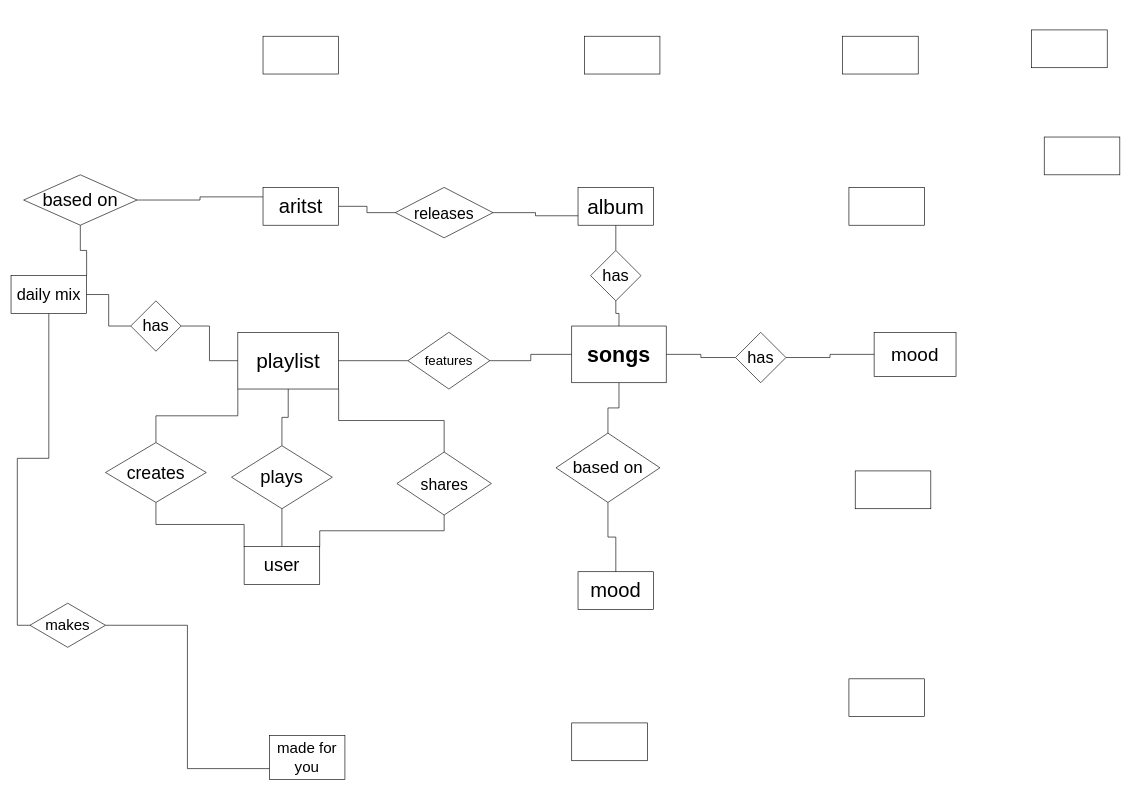
Above: er diagram.drawio in harshbajani/se (draw.io), before the change. Source tidied: cells renumbered, new cells numbered last; positions are measured from the earlier drawing's top-left corner, leaving out a move shared by most shapes. Both pictures are drawn from the tidied source at 63%, with x=0, y=0 at pixel (11, 30).
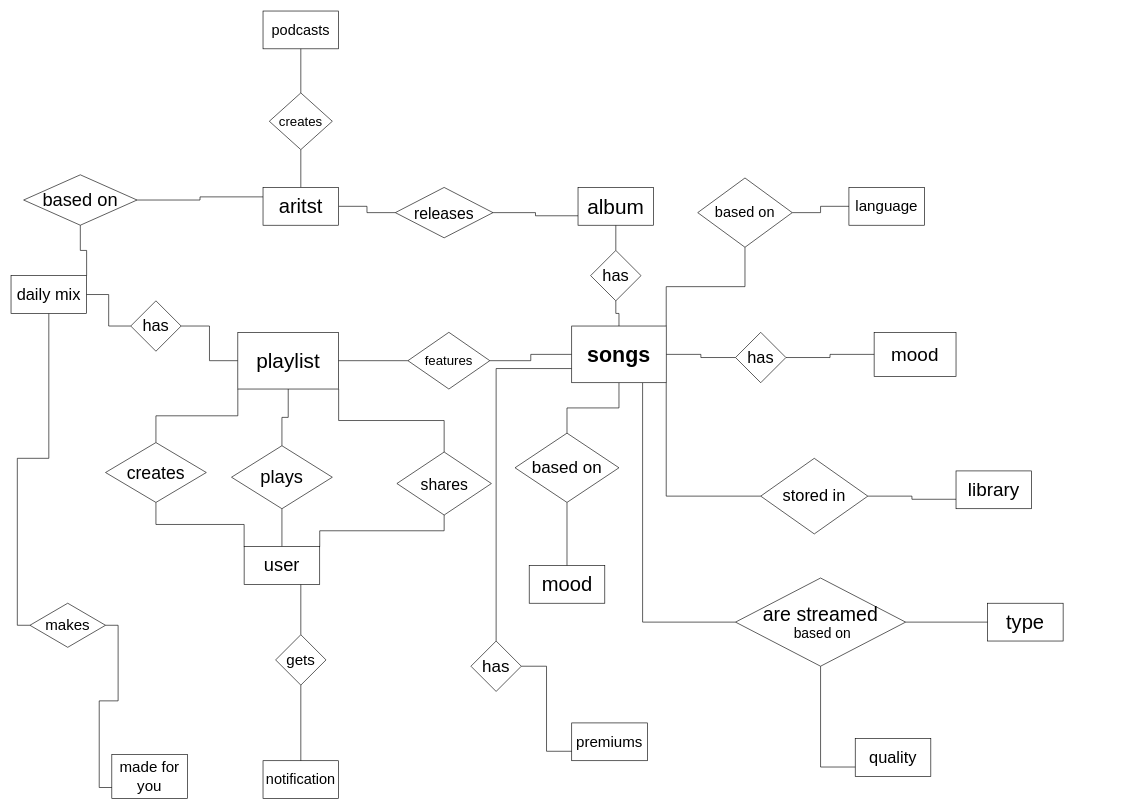
The same page after the edit.

Unchanged cells that the change refers to:
```xml
<mxCell id="11" value="&lt;font style=&quot;font-size: 29px&quot;&gt;user&lt;/font&gt;" style="rounded=0;whiteSpace=wrap;html=1;" parent="1" vertex="1">
  <mxGeometry x="370" y="820" width="120" height="60" as="geometry" />
</mxCell>
<mxCell id="20" value="&lt;b&gt;&lt;font style=&quot;font-size: 34px&quot;&gt;songs&lt;/font&gt;&lt;/b&gt;" style="rounded=0;whiteSpace=wrap;html=1;" parent="1" vertex="1">
  <mxGeometry x="890" y="470" width="150" height="90" as="geometry" />
</mxCell>
<mxCell id="27" value="&lt;font style=&quot;font-size: 32px&quot;&gt;aritst&lt;/font&gt;" style="rounded=0;whiteSpace=wrap;html=1;" parent="1" vertex="1">
  <mxGeometry x="400" y="250" width="120" height="60" as="geometry" />
</mxCell>
```

Diff of the diagram source:
```diff
@@
-    <mxCell id="2" style="rounded=0;whiteSpace=wrap;html=1;" parent="1" vertex="1">
-      <mxGeometry x="1620" width="120" height="60" as="geometry" />
-    </mxCell>
@@
+    <mxCell id="53" style="edgeStyle=orthogonalEdgeStyle;rounded=0;jettySize=auto;html=1;exitX=0.75;exitY=1;exitDx=0;exitDy=0;entryX=0.5;entryY=0;entryDx=0;entryDy=0;startArrow=none;startFill=0;endArrow=none;endFill=0;" parent="1" edge="1" source="11" target="69">
+      <mxGeometry relative="1" as="geometry" />
+    </mxCell>
@@
-    <mxCell id="12" style="rounded=0;whiteSpace=wrap;html=1;" parent="1" vertex="1">
-      <mxGeometry x="1330" y="1030" width="120" height="60" as="geometry" />
+    <mxCell id="12" value="&lt;font style=&quot;font-size: 26px&quot;&gt;quality&lt;/font&gt;" style="rounded=0;whiteSpace=wrap;html=1;" parent="1" vertex="1">
+      <mxGeometry x="1340" y="1125" width="120" height="60" as="geometry" />
     </mxCell>
-    <mxCell id="13" style="rounded=0;whiteSpace=wrap;html=1;" parent="1" vertex="1">
+    <mxCell id="13" value="&lt;font style=&quot;font-size: 24px&quot;&gt;premiums&lt;/font&gt;" style="rounded=0;whiteSpace=wrap;html=1;" parent="1" vertex="1">
       <mxGeometry x="890" y="1100" width="120" height="60" as="geometry" />
     </mxCell>
     <mxCell id="14" value="&lt;font style=&quot;font-size: 24px&quot;&gt;made for you&lt;br&gt;&lt;/font&gt;" style="rounded=0;whiteSpace=wrap;html=1;" parent="1" vertex="1">
-      <mxGeometry x="410" y="1120" width="120" height="70" as="geometry" />
+      <mxGeometry x="160" y="1150" width="120" height="70" as="geometry" />
     </mxCell>
-    <mxCell id="15" style="rounded=0;whiteSpace=wrap;html=1;" parent="1" vertex="1">
-      <mxGeometry x="1340" y="700" width="120" height="60" as="geometry" />
+    <mxCell id="15" value="&lt;font style=&quot;font-size: 30px&quot;&gt;library&lt;/font&gt;" style="rounded=0;whiteSpace=wrap;html=1;" parent="1" vertex="1">
+      <mxGeometry x="1500" y="700" width="120" height="60" as="geometry" />
     </mxCell>
     <mxCell id="16" value="&lt;font style=&quot;font-size: 32px&quot;&gt;mood&lt;/font&gt;" style="rounded=0;whiteSpace=wrap;html=1;" parent="1" vertex="1">
-      <mxGeometry x="900" y="860" width="120" height="60" as="geometry" />
+      <mxGeometry x="822.5" y="850" width="120" height="60" as="geometry" />
     </mxCell>
@@
+    <mxCell id="54" style="edgeStyle=orthogonalEdgeStyle;rounded=0;jettySize=auto;html=1;exitX=1;exitY=0;exitDx=0;exitDy=0;entryX=0.5;entryY=1;entryDx=0;entryDy=0;startArrow=none;startFill=0;endArrow=none;endFill=0;" parent="1" edge="1" source="20" target="60">
+      <mxGeometry relative="1" as="geometry" />
+    </mxCell>
+    <mxCell id="55" style="edgeStyle=orthogonalEdgeStyle;rounded=0;jettySize=auto;html=1;exitX=1;exitY=1;exitDx=0;exitDy=0;entryX=0;entryY=0.5;entryDx=0;entryDy=0;startArrow=none;startFill=0;endArrow=none;endFill=0;" parent="1" edge="1" source="20" target="62">
+      <mxGeometry relative="1" as="geometry" />
+    </mxCell>
+    <mxCell id="56" style="edgeStyle=orthogonalEdgeStyle;rounded=0;jettySize=auto;html=1;exitX=0;exitY=0.75;exitDx=0;exitDy=0;entryX=0.5;entryY=0;entryDx=0;entryDy=0;startArrow=none;startFill=0;endArrow=none;endFill=0;" parent="1" edge="1" source="20" target="64">
+      <mxGeometry relative="1" as="geometry" />
+    </mxCell>
+    <mxCell id="57" style="edgeStyle=orthogonalEdgeStyle;rounded=0;jettySize=auto;html=1;exitX=0.75;exitY=1;exitDx=0;exitDy=0;entryX=0;entryY=0.5;entryDx=0;entryDy=0;startArrow=none;startFill=0;endArrow=none;endFill=0;" parent="1" edge="1" source="20" target="67">
+      <mxGeometry relative="1" as="geometry" />
+    </mxCell>
@@
-    <mxCell id="24" style="rounded=0;whiteSpace=wrap;html=1;" parent="1" vertex="1">
+    <mxCell id="24" value="&lt;font style=&quot;font-size: 24px&quot;&gt;language&lt;/font&gt;" style="rounded=0;whiteSpace=wrap;html=1;" parent="1" vertex="1">
       <mxGeometry x="1330" y="250" width="120" height="60" as="geometry" />
     </mxCell>
-    <mxCell id="25" style="rounded=0;whiteSpace=wrap;html=1;" parent="1" vertex="1">
-      <mxGeometry x="1640" y="170" width="120" height="60" as="geometry" />
+    <mxCell id="25" value="&lt;font style=&quot;font-size: 23px&quot;&gt;notification&lt;/font&gt;" style="rounded=0;whiteSpace=wrap;html=1;" parent="1" vertex="1">
+      <mxGeometry x="400" y="1160" width="120" height="60" as="geometry" />
     </mxCell>
@@
+    <mxCell id="58" style="edgeStyle=orthogonalEdgeStyle;rounded=0;jettySize=auto;html=1;exitX=0.5;exitY=0;exitDx=0;exitDy=0;entryX=0.5;entryY=1;entryDx=0;entryDy=0;startArrow=none;startFill=0;endArrow=none;endFill=0;" parent="1" edge="1" source="27" target="71">
+      <mxGeometry relative="1" as="geometry" />
+    </mxCell>
@@
-    <mxCell id="28" style="rounded=0;whiteSpace=wrap;html=1;" parent="1" vertex="1">
-      <mxGeometry x="1320" y="10" width="120" height="60" as="geometry" />
+    <mxCell id="28" value="&lt;font style=&quot;font-size: 32px&quot;&gt;type&lt;/font&gt;" style="rounded=0;whiteSpace=wrap;html=1;" parent="1" vertex="1">
+      <mxGeometry x="1550" y="910" width="120" height="60" as="geometry" />
     </mxCell>
-    <mxCell id="29" style="rounded=0;whiteSpace=wrap;html=1;" parent="1" vertex="1">
-      <mxGeometry x="910" y="10" width="120" height="60" as="geometry" />
-    </mxCell>
-    <mxCell id="30" style="rounded=0;whiteSpace=wrap;html=1;" parent="1" vertex="1">
-      <mxGeometry x="400" y="10" width="120" height="60" as="geometry" />
+    <mxCell id="30" value="&lt;font style=&quot;font-size: 23px&quot;&gt;podcasts&lt;/font&gt;" style="rounded=0;whiteSpace=wrap;html=1;" parent="1" vertex="1">
+      <mxGeometry x="400" y="-30" width="120" height="60" as="geometry" />
     </mxCell>
@@
     <mxCell id="40" value="&lt;font style=&quot;font-size: 27px&quot;&gt;based on&lt;br&gt;&lt;/font&gt;" style="rhombus;whiteSpace=wrap;html=1;" parent="1" vertex="1">
-      <mxGeometry x="865" y="640" width="165" height="110" as="geometry" />
+      <mxGeometry x="800" y="640" width="165" height="110" as="geometry" />
     </mxCell>
@@
+    <mxCell id="59" style="edgeStyle=orthogonalEdgeStyle;rounded=0;jettySize=auto;html=1;exitX=1;exitY=0.5;exitDx=0;exitDy=0;entryX=0;entryY=0.5;entryDx=0;entryDy=0;startArrow=none;startFill=0;endArrow=none;endFill=0;" parent="1" edge="1" source="60" target="24">
+      <mxGeometry relative="1" as="geometry" />
+    </mxCell>
+    <mxCell id="60" value="&lt;font style=&quot;font-size: 23px&quot;&gt;based on&lt;br&gt;&lt;/font&gt;" style="rhombus;whiteSpace=wrap;html=1;" parent="1" vertex="1">
+      <mxGeometry x="1090" y="235" width="150" height="110" as="geometry" />
+    </mxCell>
+    <mxCell id="61" style="edgeStyle=orthogonalEdgeStyle;rounded=0;jettySize=auto;html=1;exitX=1;exitY=0.5;exitDx=0;exitDy=0;entryX=0;entryY=0.75;entryDx=0;entryDy=0;startArrow=none;startFill=0;endArrow=none;endFill=0;" parent="1" edge="1" source="62" target="15">
+      <mxGeometry relative="1" as="geometry" />
+    </mxCell>
+    <mxCell id="62" value="&lt;font style=&quot;font-size: 26px&quot;&gt;stored in&lt;br&gt;&lt;/font&gt;" style="rhombus;whiteSpace=wrap;html=1;" parent="1" vertex="1">
+      <mxGeometry x="1190" y="680" width="170" height="120" as="geometry" />
+    </mxCell>
+    <mxCell id="63" style="edgeStyle=orthogonalEdgeStyle;rounded=0;jettySize=auto;html=1;entryX=0;entryY=0.75;entryDx=0;entryDy=0;startArrow=none;startFill=0;endArrow=none;endFill=0;" parent="1" edge="1" source="64" target="13">
+      <mxGeometry relative="1" as="geometry" />
+    </mxCell>
+    <mxCell id="64" value="&lt;font style=&quot;font-size: 27px&quot;&gt;has&lt;/font&gt;" style="rhombus;whiteSpace=wrap;html=1;" parent="1" vertex="1">
+      <mxGeometry x="730" y="970" width="80" height="80" as="geometry" />
+    </mxCell>
+    <mxCell id="65" style="edgeStyle=orthogonalEdgeStyle;rounded=0;jettySize=auto;html=1;entryX=0;entryY=0.75;entryDx=0;entryDy=0;startArrow=none;startFill=0;endArrow=none;endFill=0;" parent="1" edge="1" source="67" target="12">
+      <mxGeometry relative="1" as="geometry" />
+    </mxCell>
+    <mxCell id="66" style="edgeStyle=orthogonalEdgeStyle;rounded=0;jettySize=auto;html=1;exitX=1;exitY=0.5;exitDx=0;exitDy=0;entryX=0;entryY=0.5;entryDx=0;entryDy=0;startArrow=none;startFill=0;endArrow=none;endFill=0;" parent="1" edge="1" source="67" target="28">
+      <mxGeometry relative="1" as="geometry" />
+    </mxCell>
+    <mxCell id="67" value="&lt;font style=&quot;font-size: 31px&quot;&gt;are streamed&lt;br&gt;&lt;/font&gt;&lt;font style=&quot;font-size: 22px&quot;&gt;&amp;nbsp;based on&lt;/font&gt;" style="rhombus;whiteSpace=wrap;html=1;" parent="1" vertex="1">
+      <mxGeometry x="1150" y="870" width="270" height="140" as="geometry" />
+    </mxCell>
+    <mxCell id="68" style="edgeStyle=orthogonalEdgeStyle;rounded=0;jettySize=auto;html=1;exitX=0.5;exitY=1;exitDx=0;exitDy=0;entryX=0.5;entryY=0;entryDx=0;entryDy=0;startArrow=none;startFill=0;endArrow=none;endFill=0;" parent="1" edge="1" source="69" target="25">
+      <mxGeometry relative="1" as="geometry" />
+    </mxCell>
+    <mxCell id="69" value="&lt;font style=&quot;font-size: 24px&quot;&gt;gets&lt;/font&gt;" style="rhombus;whiteSpace=wrap;html=1;" parent="1" vertex="1">
+      <mxGeometry x="420" y="960" width="80" height="80" as="geometry" />
+    </mxCell>
+    <mxCell id="70" style="edgeStyle=orthogonalEdgeStyle;rounded=0;jettySize=auto;html=1;exitX=0.5;exitY=0;exitDx=0;exitDy=0;entryX=0.5;entryY=1;entryDx=0;entryDy=0;startArrow=none;startFill=0;endArrow=none;endFill=0;" parent="1" edge="1" source="71" target="30">
+      <mxGeometry relative="1" as="geometry" />
+    </mxCell>
+    <mxCell id="71" value="&lt;font style=&quot;font-size: 21px&quot;&gt;creates&lt;/font&gt;" style="rhombus;whiteSpace=wrap;html=1;" parent="1" vertex="1">
+      <mxGeometry x="410" y="100" width="100" height="90" as="geometry" />
+    </mxCell>
```
